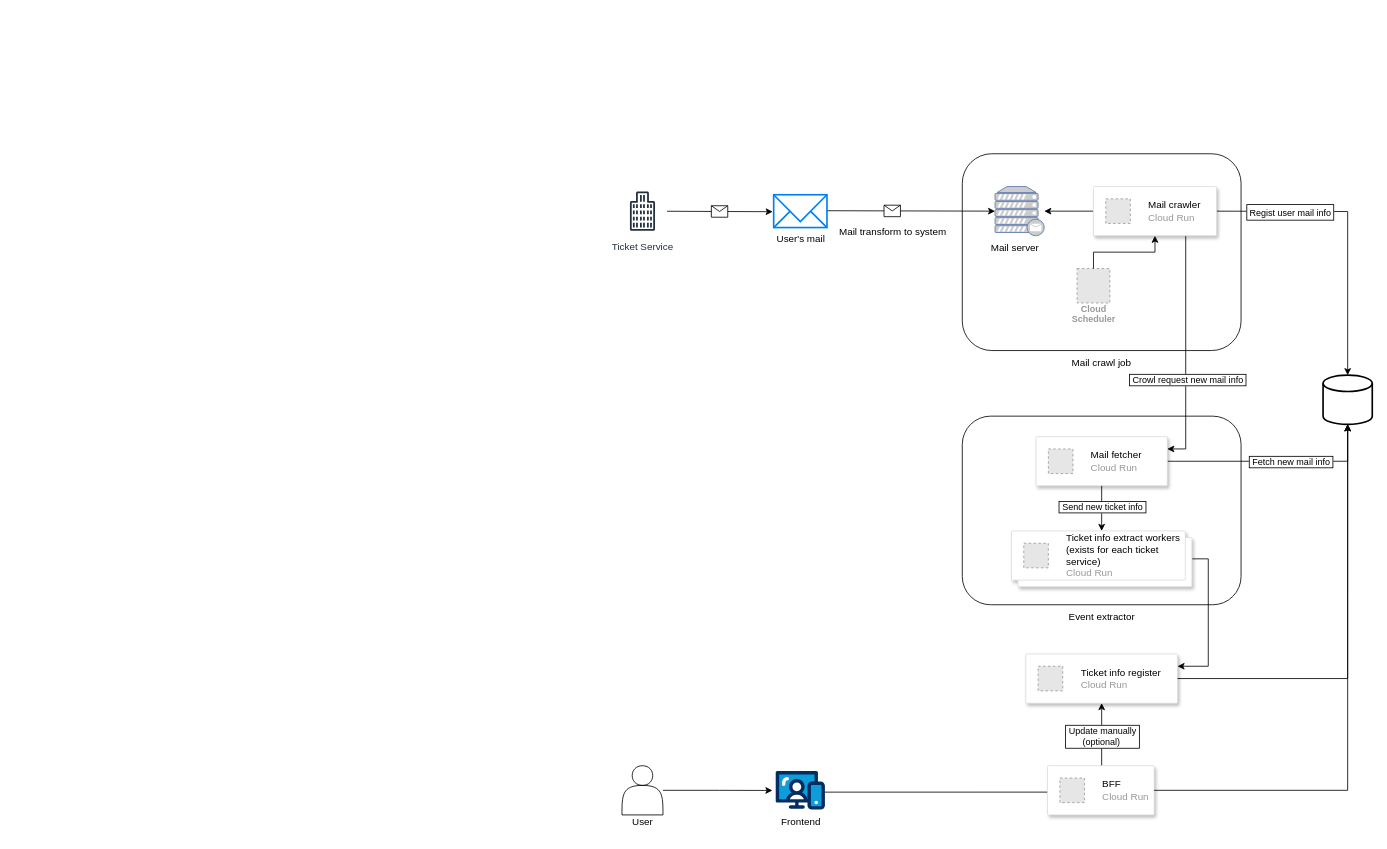
This is infra-chart.drawio from miutaku/eventer-ticket-manage, a draw.io file, before an edit. Source tidied: cells renumbered, new cells numbered last; positions are measured from the earlier drawing's top-left corner, leaving out a move shared by most shapes. Both pictures are drawn from the tidied source at 82%, with x=0, y=0 at pixel (617, 153). Pictures stored in the file or linked from it are replaced by grey dashed boxes.
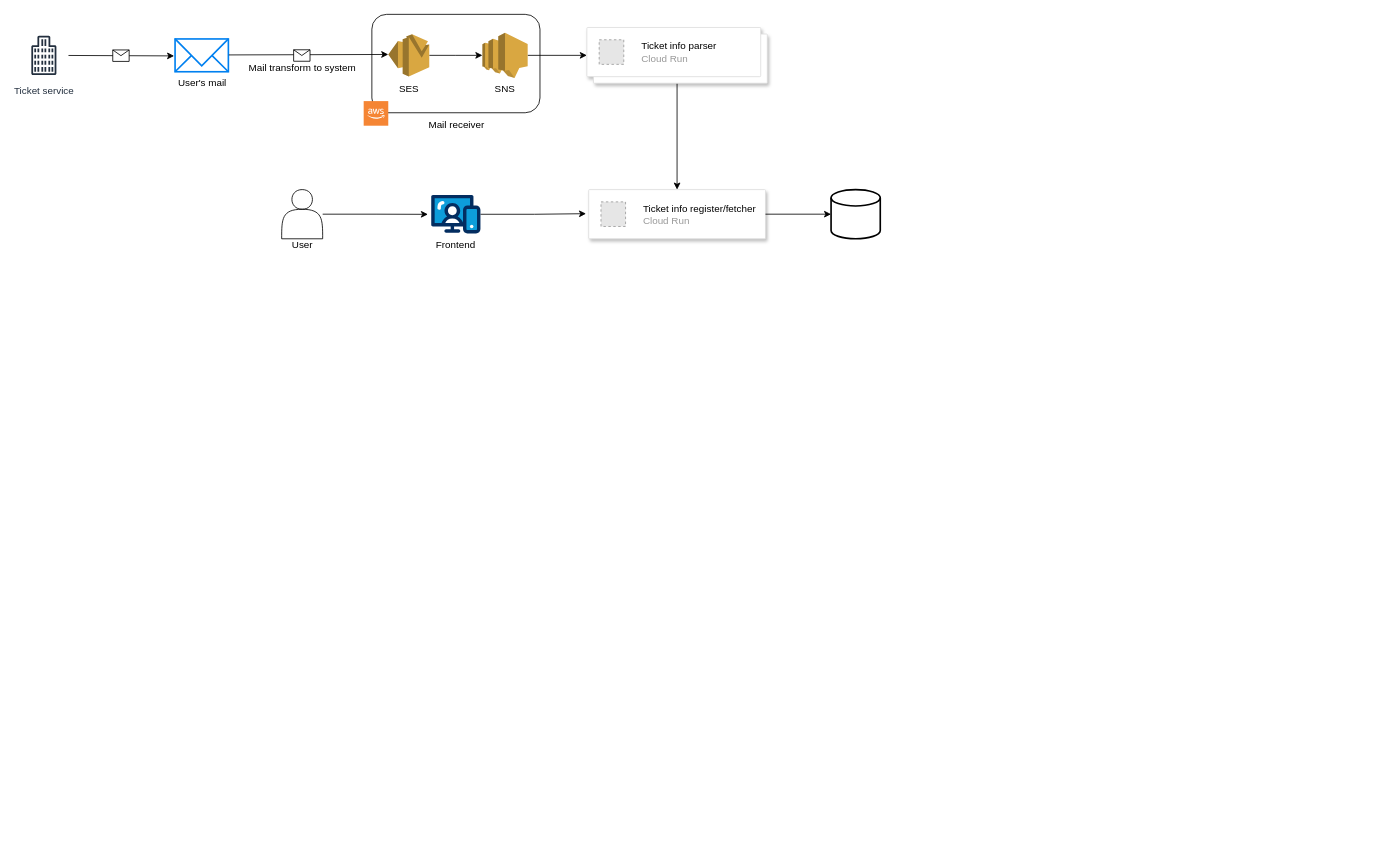
The same page after the edit.

Commit message:
infra-chart.drawio を更新します

What changed in the source:
```diff
@@
+    <mxCell id="48" style="rounded=1;whiteSpace=wrap;html=1;" parent="1" vertex="1">
+      <mxGeometry x="-300" y="-170" width="205" height="120" as="geometry" />
+    </mxCell>
-    <mxCell id="2" value="Ticket Service" style="sketch=0;outlineConnect=0;fontColor=#232F3E;gradientColor=none;strokeColor=#232F3E;fillColor=#ffffff;dashed=0;verticalLabelPosition=bottom;verticalAlign=top;align=center;html=1;fontSize=12;fontStyle=0;shape=mxgraph.aws4.resourceIcon;resIcon=mxgraph.aws4.office_building;" parent="1" vertex="1">
-      <mxGeometry y="40" width="60" height="60" as="geometry" />
+    <mxCell id="2" value="Ticket service" style="sketch=0;outlineConnect=0;fontColor=#232F3E;gradientColor=none;strokeColor=#232F3E;fillColor=#ffffff;dashed=0;verticalLabelPosition=bottom;verticalAlign=top;align=center;html=1;fontSize=12;fontStyle=0;shape=mxgraph.aws4.resourceIcon;resIcon=mxgraph.aws4.office_building;" parent="1" vertex="1">
+      <mxGeometry x="-730" y="-150" width="60" height="60" as="geometry" />
     </mxCell>
@@
     <mxCell id="5" value="User's mail" style="html=1;verticalLabelPosition=bottom;align=center;labelBackgroundColor=#ffffff;verticalAlign=top;strokeWidth=2;strokeColor=#0080F0;shadow=0;dashed=0;shape=mxgraph.ios7.icons.mail;" parent="1" vertex="1">
-      <mxGeometry x="190" y="50" width="65" height="40" as="geometry" />
+      <mxGeometry x="-540" y="-140" width="65" height="40" as="geometry" />
     </mxCell>
-    <mxCell id="6" style="rounded=1;whiteSpace=wrap;html=1;" parent="1" vertex="1">
-      <mxGeometry x="420" width="340" height="240" as="geometry" />
-    </mxCell>
-    <mxCell id="7" style="fontColor=#0066CC;verticalAlign=top;verticalLabelPosition=bottom;labelPosition=center;align=center;html=1;outlineConnect=0;fillColor=#CCCCCC;strokeColor=#6881B3;gradientColor=none;gradientDirection=north;strokeWidth=2;shape=mxgraph.networks.mail_server;" parent="1" vertex="1">
-      <mxGeometry x="460" y="40" width="60" height="60" as="geometry" />
-    </mxCell>
-    <mxCell id="8" value="Mail server" style="text;html=1;align=center;verticalAlign=middle;strokeColor=none;fillColor=none;" parent="1" vertex="1">
-      <mxGeometry x="444" y="100" width="80" height="30" as="geometry" />
-    </mxCell>
-    <mxCell id="9" style="edgeStyle=orthogonalEdgeStyle;rounded=0;jettySize=auto;html=1;exitX=0;exitY=0.5;exitDx=0;exitDy=0;" parent="1" edge="1" source="27" target="7">
-      <mxGeometry relative="1" as="geometry" />
-    </mxCell>
-    <mxCell id="10" value="Cloud&#10;Scheduler" style="fillColor=#E6E6E6;strokeColor=#999999;dashed=1;html=1;verticalAlign=top;labelPosition=center;verticalLabelPosition=bottom;align=center;spacingTop=-6;fontSize=11;fontStyle=1;fontColor=#999999;" parent="1" vertex="1">
-      <mxGeometry x="560" y="140" width="40" height="42" as="geometry" />
-    </mxCell>
-    <mxCell id="11" style="edgeStyle=orthogonalEdgeStyle;rounded=0;jettySize=auto;html=1;entryX=0.5;entryY=1;entryDx=0;entryDy=0;" parent="1" edge="1" source="10" target="27">
-      <mxGeometry relative="1" as="geometry" />
-    </mxCell>
-    <mxCell id="12" value="Mail crawl job" style="text;html=1;align=center;verticalAlign=middle;whiteSpace=wrap;rounded=0;" parent="1" vertex="1">
-      <mxGeometry x="550" y="240" width="80" height="30" as="geometry" />
-    </mxCell>
-    <mxCell id="13" style="edgeStyle=orthogonalEdgeStyle;rounded=0;jettySize=auto;html=1;exitX=1;exitY=0.5;exitDx=0;exitDy=0;entryX=0.5;entryY=0;entryDx=0;entryDy=0;entryPerimeter=0;" parent="1" edge="1" target="18">
-      <mxGeometry relative="1" as="geometry">
-        <mxPoint x="730" y="70" as="sourcePoint" />
-      </mxGeometry>
-    </mxCell>
-    <mxCell id="14" value="&lt;font style=&quot;font-size: 11px;&quot;&gt;&amp;nbsp;Regist&lt;/font&gt;&lt;span style=&quot;font-size: 11px;&quot;&gt;&amp;nbsp;user mail info&amp;nbsp;&lt;/span&gt;" style="edgeLabel;html=1;align=center;verticalAlign=middle;fontSize=15;labelBorderColor=default;" parent="13" vertex="1">
-      <mxGeometry x="-0.23" y="4" relative="1" as="geometry">
-        <mxPoint x="-49" y="4" as="offset" />
-      </mxGeometry>
-    </mxCell>
-    <mxCell id="15" style="rounded=1;whiteSpace=wrap;html=1;" parent="1" vertex="1">
-      <mxGeometry x="420" y="320" width="340" height="230" as="geometry" />
-    </mxCell>
-    <mxCell id="16" style="edgeStyle=orthogonalEdgeStyle;rounded=0;jettySize=auto;html=1;exitX=1;exitY=0.5;exitDx=0;exitDy=0;" parent="1" edge="1" source="20" target="18">
-      <mxGeometry relative="1" as="geometry" />
-    </mxCell>
-    <mxCell id="17" value="&amp;nbsp;Fetch new mail info&amp;nbsp;" style="edgeLabel;html=1;align=center;verticalAlign=middle;labelBorderColor=default;" parent="16" vertex="1">
-      <mxGeometry x="-0.21" y="-1" relative="1" as="geometry">
-        <mxPoint x="45" y="-1" as="offset" />
-      </mxGeometry>
-    </mxCell>
     <mxCell id="18" style="strokeWidth=2;html=1;shape=mxgraph.flowchart.database;whiteSpace=wrap;" parent="1" vertex="1">
-      <mxGeometry x="860" y="270" width="60" height="60" as="geometry" />
+      <mxGeometry x="260" y="43.7" width="60" height="60" as="geometry" />
     </mxCell>
-    <mxCell id="19" value="Event extractor" style="text;html=1;align=center;verticalAlign=middle;strokeColor=none;fillColor=none;" parent="1" vertex="1">
-      <mxGeometry x="540" y="550" width="100" height="30" as="geometry" />
-    </mxCell>
-    <mxCell id="20" style="strokeColor=#dddddd;shadow=1;strokeWidth=1;rounded=1;absoluteArcSize=1;arcSize=2;" parent="1" vertex="1">
-      <mxGeometry x="510" y="345" width="160" height="60" as="geometry" />
-    </mxCell>
-    <mxCell id="21" value="&lt;font color=&quot;#000000&quot;&gt;Mail fetcher&lt;/font&gt;&lt;br&gt;Cloud Run" style="fillColor=#E6E6E6;strokeColor=#999999;dashed=1;html=1;fontColor=#999999;verticalLabelPosition=middle;verticalAlign=middle;labelPosition=right;align=left;spacingLeft=20;" parent="20" vertex="1">
-      <mxGeometry width="30" height="30" relative="1" as="geometry">
-        <mxPoint x="15" y="15" as="offset" />
-      </mxGeometry>
-    </mxCell>
-    <mxCell id="22" style="edgeStyle=orthogonalEdgeStyle;rounded=0;jettySize=auto;html=1;exitX=1;exitY=0.5;exitDx=0;exitDy=0;entryX=1;entryY=0.25;entryDx=0;entryDy=0;" parent="1" edge="1" source="23" target="31">
-      <mxGeometry relative="1" as="geometry">
-        <Array as="points">
-          <mxPoint x="720" y="494" />
-          <mxPoint x="720" y="625" />
-        </Array>
-      </mxGeometry>
+    <mxCell id="22" style="edgeStyle=orthogonalEdgeStyle;rounded=0;jettySize=auto;html=1;entryX=0.5;entryY=0;entryDx=0;entryDy=0;" parent="1" edge="1" source="23" target="31">
+      <mxGeometry relative="1" as="geometry" />
     </mxCell>
     <mxCell id="23" style="shape=mxgraph.gcp2.doubleRect;strokeColor=#dddddd;shadow=1;strokeWidth=1;rounded=1;absoluteArcSize=1;arcSize=2;" parent="1" vertex="1">
-      <mxGeometry x="480" y="460" width="220" height="68" as="geometry" />
+      <mxGeometry x="-37.8" y="-154" width="220" height="68" as="geometry" />
     </mxCell>
-    <mxCell id="24" value="&lt;font color=&quot;#000000&quot;&gt;Ticket info extract workers&lt;/font&gt;&lt;div&gt;&lt;span style=&quot;color: rgb(0, 0, 0); text-align: center; text-wrap: wrap;&quot;&gt;(exists for each ticket service)&lt;/span&gt;&lt;font color=&quot;#000000&quot;&gt;&lt;br&gt;&lt;/font&gt;Cloud Run&lt;/div&gt;" style="fillColor=#E6E6E6;strokeColor=#999999;dashed=1;html=1;fontColor=#999999;verticalLabelPosition=middle;verticalAlign=middle;labelPosition=right;align=left;spacingLeft=20;" parent="23" vertex="1">
+    <mxCell id="24" value="&lt;font color=&quot;#000000&quot;&gt;Ticket info parser&lt;/font&gt;&lt;div&gt;Cloud Run&lt;/div&gt;" style="fillColor=#E6E6E6;strokeColor=#999999;dashed=1;html=1;fontColor=#999999;verticalLabelPosition=middle;verticalAlign=middle;labelPosition=right;align=left;spacingLeft=20;" parent="23" vertex="1">
       <mxGeometry width="30" height="30" relative="1" as="geometry">
         <mxPoint x="15" y="15" as="offset" />
       </mxGeometry>
     </mxCell>
-    <mxCell id="25" style="edgeStyle=orthogonalEdgeStyle;rounded=0;jettySize=auto;html=1;entryX=1;entryY=0.25;entryDx=0;entryDy=0;exitX=0.75;exitY=1;exitDx=0;exitDy=0;" parent="1" edge="1" source="27" target="20">
-      <mxGeometry relative="1" as="geometry">
-        <Array as="points">
-          <mxPoint x="693" y="360" />
-        </Array>
-      </mxGeometry>
-    </mxCell>
-    <mxCell id="26" value="&amp;nbsp;Crowl request new mail info&amp;nbsp;" style="edgeLabel;html=1;align=center;verticalAlign=middle;labelBorderColor=default;" parent="25" vertex="1">
-      <mxGeometry x="0.24" y="2" relative="1" as="geometry" />
-    </mxCell>
-    <mxCell id="27" style="strokeColor=#dddddd;shadow=1;strokeWidth=1;rounded=1;absoluteArcSize=1;arcSize=2;" parent="1" vertex="1">
-      <mxGeometry x="580" y="40" width="150" height="60" as="geometry" />
-    </mxCell>
-    <mxCell id="28" value="&lt;span style=&quot;color: rgb(0, 0, 0);&quot;&gt;Mail crawler&lt;/span&gt;&lt;br&gt;Cloud Run" style="fillColor=#E6E6E6;strokeColor=#999999;dashed=1;html=1;fontColor=#999999;verticalLabelPosition=middle;verticalAlign=middle;labelPosition=right;align=left;spacingLeft=20;" parent="27" vertex="1">
-      <mxGeometry width="30" height="30" relative="1" as="geometry">
-        <mxPoint x="15" y="15" as="offset" />
-      </mxGeometry>
-    </mxCell>
-    <mxCell id="29" style="edgeStyle=orthogonalEdgeStyle;rounded=0;jettySize=auto;html=1;exitX=0.5;exitY=1;exitDx=0;exitDy=0;entryX=0.5;entryY=0;entryDx=0;entryDy=0;" parent="1" edge="1" source="20" target="23">
-      <mxGeometry relative="1" as="geometry" />
-    </mxCell>
-    <mxCell id="30" value="&amp;nbsp;Send new ticket info&amp;nbsp;" style="edgeLabel;html=1;align=center;verticalAlign=middle;labelBorderColor=default;" parent="29" vertex="1">
-      <mxGeometry x="0.16" y="-2" relative="1" as="geometry">
-        <mxPoint x="2" y="-7" as="offset" />
-      </mxGeometry>
-    </mxCell>
     <mxCell id="31" style="strokeColor=#dddddd;shadow=1;strokeWidth=1;rounded=1;absoluteArcSize=1;arcSize=2;" parent="1" vertex="1">
-      <mxGeometry x="497.5" y="610" width="185" height="60" as="geometry" />
+      <mxGeometry x="-35.6" y="43.7" width="215.6" height="60" as="geometry" />
     </mxCell>
-    <mxCell id="32" value="&lt;font color=&quot;#000000&quot;&gt;Ticket info register&lt;/font&gt;&lt;br&gt;Cloud Run" style="fillColor=#E6E6E6;strokeColor=#999999;dashed=1;html=1;fontColor=#999999;verticalLabelPosition=middle;verticalAlign=middle;labelPosition=right;align=left;spacingLeft=20;" parent="31" vertex="1">
+    <mxCell id="32" value="&lt;font color=&quot;#000000&quot;&gt;Ticket info register/fetcher&lt;/font&gt;&lt;br&gt;Cloud Run" style="fillColor=#E6E6E6;strokeColor=#999999;dashed=1;html=1;fontColor=#999999;verticalLabelPosition=middle;verticalAlign=middle;labelPosition=right;align=left;spacingLeft=20;" parent="31" vertex="1">
       <mxGeometry width="30" height="30" relative="1" as="geometry">
         <mxPoint x="15" y="15" as="offset" />
       </mxGeometry>
     </mxCell>
-    <mxCell id="33" style="edgeStyle=orthogonalEdgeStyle;rounded=0;jettySize=auto;html=1;entryX=0.5;entryY=1;entryDx=0;entryDy=0;entryPerimeter=0;" parent="1" edge="1" source="31" target="18">
-      <mxGeometry relative="1" as="geometry">
-        <Array as="points">
-          <mxPoint x="890" y="540" />
-          <mxPoint x="890" y="540" />
-        </Array>
-      </mxGeometry>
-    </mxCell>
@@
     <mxCell id="35" style="shape=actor;whiteSpace=wrap;html=1;" parent="1" vertex="1">
-      <mxGeometry x="5" y="746.3" width="50" height="60" as="geometry" />
+      <mxGeometry x="-410" y="43.7" width="50" height="60" as="geometry" />
     </mxCell>
     <mxCell id="36" value="User" style="text;html=1;align=center;verticalAlign=middle;strokeColor=none;fillColor=none;" parent="1" vertex="1">
-      <mxGeometry x="5" y="800" width="50" height="30" as="geometry" />
+      <mxGeometry x="-410" y="97.4" width="50" height="30" as="geometry" />
     </mxCell>
-    <mxCell id="37" style="edgeStyle=orthogonalEdgeStyle;rounded=0;jettySize=auto;html=1;entryX=0;entryY=0.5;entryDx=0;entryDy=0;exitX=0.983;exitY=0.547;exitDx=0;exitDy=0;exitPerimeter=0;" parent="1" edge="1" source="43" target="40">
-      <mxGeometry relative="1" as="geometry">
-        <Array as="points">
-          <mxPoint x="619" y="776" />
-        </Array>
-      </mxGeometry>
-    </mxCell>
     <mxCell id="38" value="Frontend" style="text;html=1;align=center;verticalAlign=middle;strokeColor=none;fillColor=none;" parent="1" vertex="1">
-      <mxGeometry x="187.5" y="800" width="70" height="30" as="geometry" />
+      <mxGeometry x="-232.6" y="97.4" width="70" height="30" as="geometry" />
     </mxCell>
-    <mxCell id="39" style="edgeStyle=orthogonalEdgeStyle;rounded=0;jettySize=auto;html=1;entryX=0.5;entryY=1;entryDx=0;entryDy=0;exitX=0.5;exitY=0;exitDx=0;exitDy=0;" parent="1" edge="1" source="40" target="31">
-      <mxGeometry relative="1" as="geometry">
-        <Array as="points">
-          <mxPoint x="590" y="700" />
-          <mxPoint x="590" y="700" />
-        </Array>
-      </mxGeometry>
-    </mxCell>
-    <mxCell id="40" style="strokeColor=#dddddd;shadow=1;strokeWidth=1;rounded=1;absoluteArcSize=1;arcSize=2;" parent="1" vertex="1">
-      <mxGeometry x="524" y="746.3" width="130" height="60" as="geometry" />
-    </mxCell>
-    <mxCell id="41" value="&lt;font color=&quot;#000000&quot;&gt;BFF&lt;/font&gt;&lt;br&gt;Cloud Run" style="fillColor=#E6E6E6;strokeColor=#999999;dashed=1;html=1;fontColor=#999999;verticalLabelPosition=middle;verticalAlign=middle;labelPosition=right;align=left;spacingLeft=20;" parent="40" vertex="1">
-      <mxGeometry width="30" height="30" relative="1" as="geometry">
-        <mxPoint x="15" y="15" as="offset" />
-      </mxGeometry>
-    </mxCell>
-    <mxCell id="42" style="edgeStyle=orthogonalEdgeStyle;rounded=0;jettySize=auto;html=1;entryX=0.5;entryY=1;entryDx=0;entryDy=0;entryPerimeter=0;exitX=1;exitY=0.5;exitDx=0;exitDy=0;" parent="1" edge="1" source="40" target="18">
-      <mxGeometry relative="1" as="geometry">
-        <Array as="points">
-          <mxPoint x="890" y="776" />
-        </Array>
-      </mxGeometry>
-    </mxCell>
+    <mxCell id="49" style="edgeStyle=orthogonalEdgeStyle;rounded=0;jettySize=auto;html=1;entryX=-0.015;entryY=0.49;entryDx=0;entryDy=0;entryPerimeter=0;" parent="1" edge="1" source="43" target="31">
+      <mxGeometry relative="1" as="geometry" />
+    </mxCell>
     <mxCell id="43" style="verticalLabelPosition=bottom;html=1;shape=mxgraph.salesforce.web;" parent="1" vertex="1">
-      <mxGeometry x="192.5" y="752.6" width="60" height="47.4" as="geometry" />
+      <mxGeometry x="-227.6" y="50" width="60" height="47.4" as="geometry" />
     </mxCell>
-    <mxCell id="44" style="endArrow=classic;html=1;rounded=0;entryX=0;entryY=0.5;entryDx=0;entryDy=0;entryPerimeter=0;exitX=1.009;exitY=0.487;exitDx=0;exitDy=0;exitPerimeter=0;" parent="1" edge="1" source="5" target="7">
+    <mxCell id="44" style="endArrow=classic;html=1;rounded=0;entryX=0;entryY=0.48;entryDx=0;entryDy=0;entryPerimeter=0;exitX=1.009;exitY=0.487;exitDx=0;exitDy=0;exitPerimeter=0;" parent="1" edge="1" source="5" target="51">
       <mxGeometry relative="1" as="geometry" />
     </mxCell>
     <mxCell id="45" style="shape=message;html=1;" parent="44" vertex="1">
       <mxGeometry width="20" height="14" relative="1" as="geometry">
-        <mxPoint x="-33" y="-7" as="offset" />
+        <mxPoint x="-18" y="-6" as="offset" />
       </mxGeometry>
     </mxCell>
     <mxCell id="46" value="Mail transform to system" style="text;html=1;align=center;verticalAlign=middle;strokeColor=none;fillColor=none;" parent="1" vertex="1">
-      <mxGeometry x="260" y="80" width="150" height="30" as="geometry" />
+      <mxGeometry x="-460" y="-120" width="150" height="30" as="geometry" />
     </mxCell>
-    <mxCell id="47" value="&amp;nbsp;Update manually&amp;nbsp;&lt;div&gt;(optional)&amp;nbsp;&lt;/div&gt;" style="edgeLabel;html=1;align=center;verticalAlign=middle;labelBorderColor=default;" parent="1" vertex="1">
-      <mxGeometry x="590" y="710" as="geometry" />
-    </mxCell>
+    <mxCell id="50" style="edgeStyle=orthogonalEdgeStyle;rounded=0;jettySize=auto;html=1;" parent="1" edge="1" source="51" target="54">
+      <mxGeometry relative="1" as="geometry" />
+    </mxCell>
+    <mxCell id="51" style="outlineConnect=0;dashed=0;verticalLabelPosition=bottom;verticalAlign=top;align=center;html=1;shape=mxgraph.aws3.ses;fillColor=#D9A741;gradientColor=none;" parent="1" vertex="1">
+      <mxGeometry x="-280" y="-145.8" width="50" height="51.5" as="geometry" />
+    </mxCell>
+    <mxCell id="52" value="SES" style="text;html=1;align=center;verticalAlign=middle;strokeColor=none;fillColor=none;" parent="1" vertex="1">
+      <mxGeometry x="-280" y="-94.2" width="50" height="30" as="geometry" />
+    </mxCell>
+    <mxCell id="53" style="edgeStyle=orthogonalEdgeStyle;rounded=0;jettySize=auto;html=1;entryX=0;entryY=0.5;entryDx=0;entryDy=0;" parent="1" edge="1" source="54" target="23">
+      <mxGeometry relative="1" as="geometry" />
+    </mxCell>
+    <mxCell id="54" style="outlineConnect=0;dashed=0;verticalLabelPosition=bottom;verticalAlign=top;align=center;html=1;shape=mxgraph.aws3.sns;fillColor=#D9A741;gradientColor=none;" parent="1" vertex="1">
+      <mxGeometry x="-165.2" y="-147.5" width="55.2" height="55" as="geometry" />
+    </mxCell>
+    <mxCell id="55" value="SNS" style="text;html=1;align=center;verticalAlign=middle;strokeColor=none;fillColor=none;" parent="1" vertex="1">
+      <mxGeometry x="-162.6" y="-94.2" width="50" height="30" as="geometry" />
+    </mxCell>
+    <mxCell id="56" style="dashed=0;verticalLabelPosition=bottom;verticalAlign=top;align=center;html=1;shape=mxgraph.aws3.cloud_2;fillColor=#F58534;gradientColor=none;" parent="1" vertex="1">
+      <mxGeometry x="-310" y="-64.2" width="30" height="30" as="geometry" />
+    </mxCell>
+    <mxCell id="57" value="Mail receiver" style="text;html=1;align=center;verticalAlign=middle;strokeColor=none;fillColor=none;" parent="1" vertex="1">
+      <mxGeometry x="-242.5" y="-50" width="90" height="30" as="geometry" />
+    </mxCell>
+    <mxCell id="33" style="edgeStyle=orthogonalEdgeStyle;rounded=0;jettySize=auto;html=1;entryX=0;entryY=0.5;entryDx=0;entryDy=0;entryPerimeter=0;" parent="1" edge="1" source="31" target="18">
+      <mxGeometry relative="1" as="geometry" />
+    </mxCell>
```
